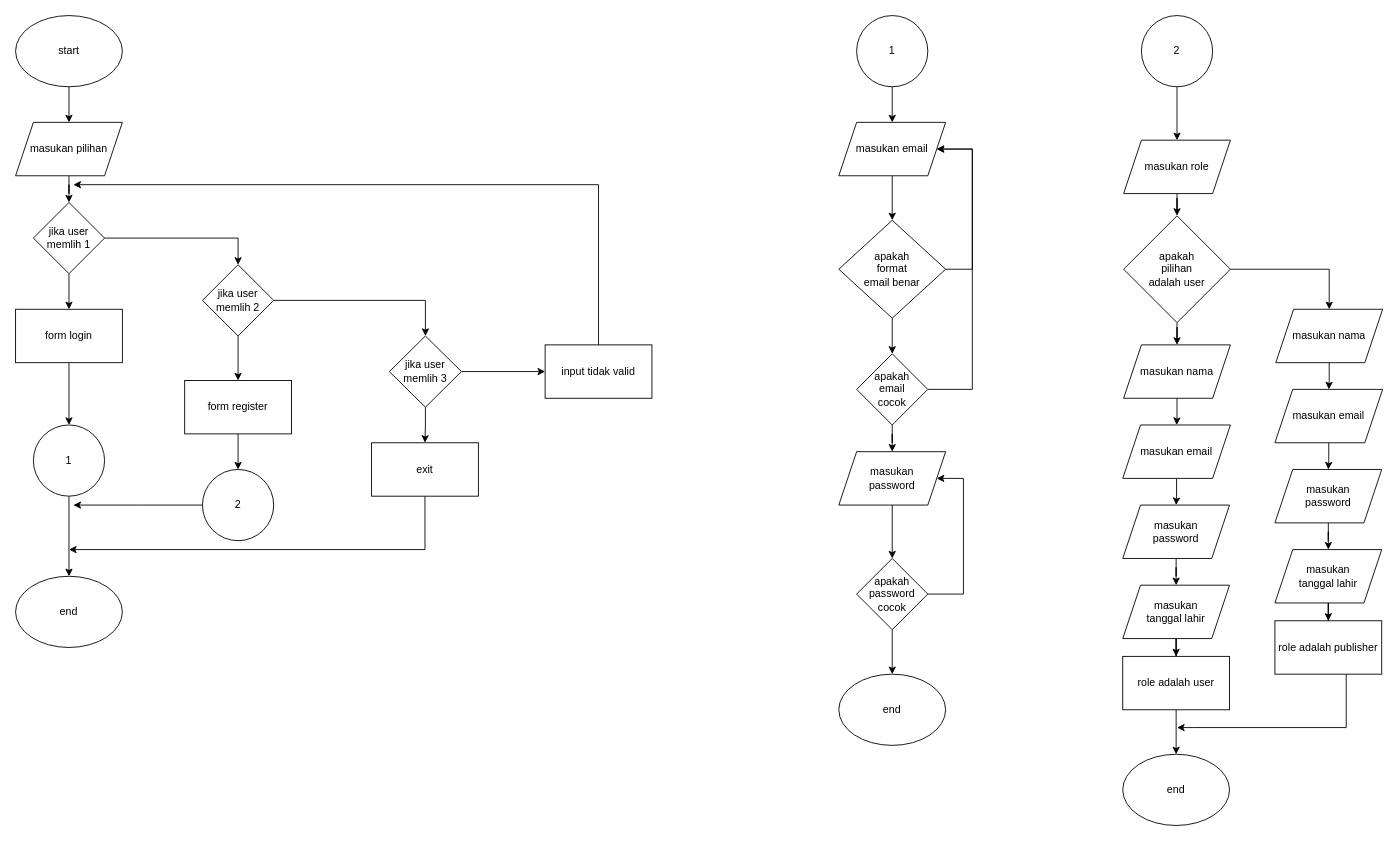
Before: Diagram Tanpa Judul.drawio in aryy-hue/BasicProgrammingThessis, a draw.io diagram. Source tidied: cells renumbered, new cells numbered last; positions are measured from the earlier drawing's top-left corner, leaving out a move shared by most shapes. Both pictures are drawn from the tidied source at 89%, with x=0, y=0 at pixel (15, 15).
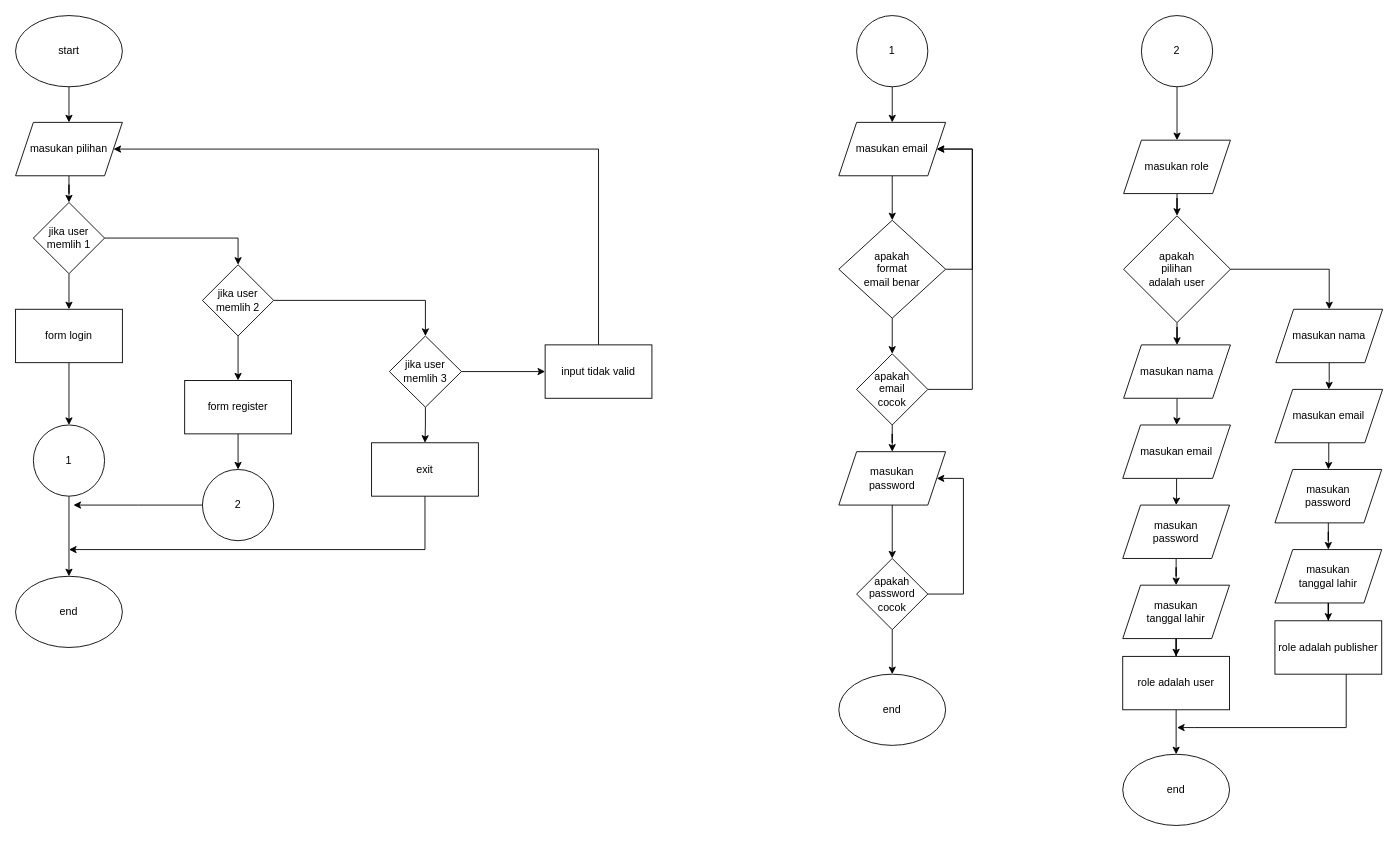
Above is the later version.

The change refers to these unchanged cells:
```xml
<mxCell id="8" value="masukan pilihan" style="shape=parallelogram;perimeter=parallelogramPerimeter;whiteSpace=wrap;html=1;fixedSize=1;" parent="1" vertex="1">
  <mxGeometry y="120" width="120" height="60" as="geometry" />
</mxCell>
<mxCell id="16" value="input tidak valid" style="rounded=0;whiteSpace=wrap;html=1;" parent="1" vertex="1">
  <mxGeometry x="595" y="370" width="120" height="60" as="geometry" />
</mxCell>
```

Diff of the diagram source:
```diff
@@
-    <mxCell id="15" style="edgeStyle=orthogonalEdgeStyle;rounded=0;jettySize=auto;html=1;" parent="1" edge="1" source="16">
+    <mxCell id="15" style="edgeStyle=orthogonalEdgeStyle;rounded=0;jettySize=auto;html=1;entryX=1;entryY=0.5;entryDx=0;entryDy=0;" parent="1" edge="1" source="16" target="8">
       <mxGeometry relative="1" as="geometry">
-        <mxPoint x="65" y="190" as="targetPoint" />
         <Array as="points">
-          <mxPoint x="655" y="190" />
+          <mxPoint x="655" y="150" />
         </Array>
       </mxGeometry>
     </mxCell>
```
